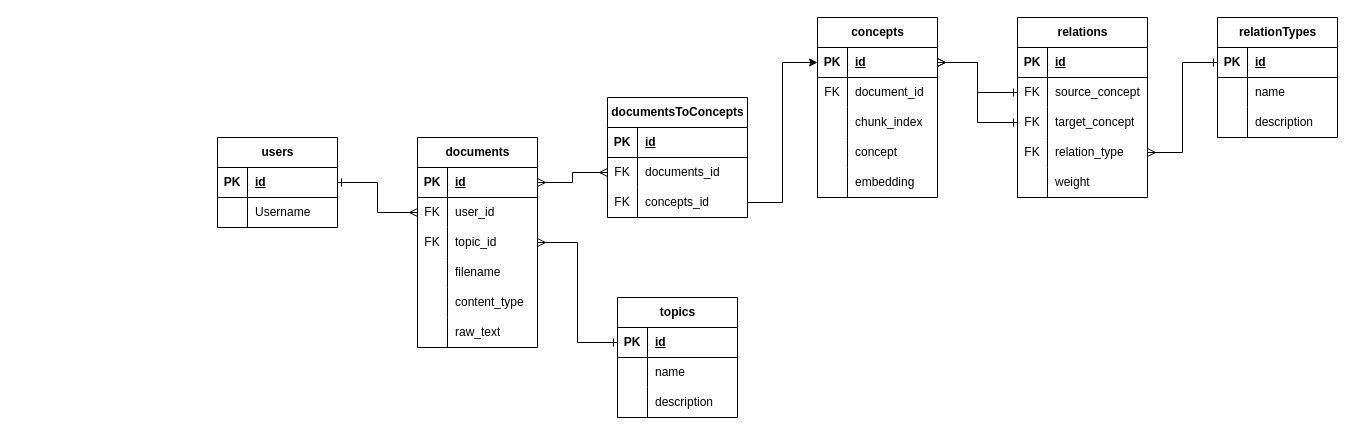
gerardlke/Project-Onion keeps this draw.io diagram as misc/Database Diagram.drawio. Above is the earlier version. Source tidied: cells renumbered, new cells numbered last; positions are measured from the earlier drawing's top-left corner, leaving out a move shared by most shapes. Both pictures are drawn from the tidied source at 100%, with x=0, y=0 at pixel (217, 17).
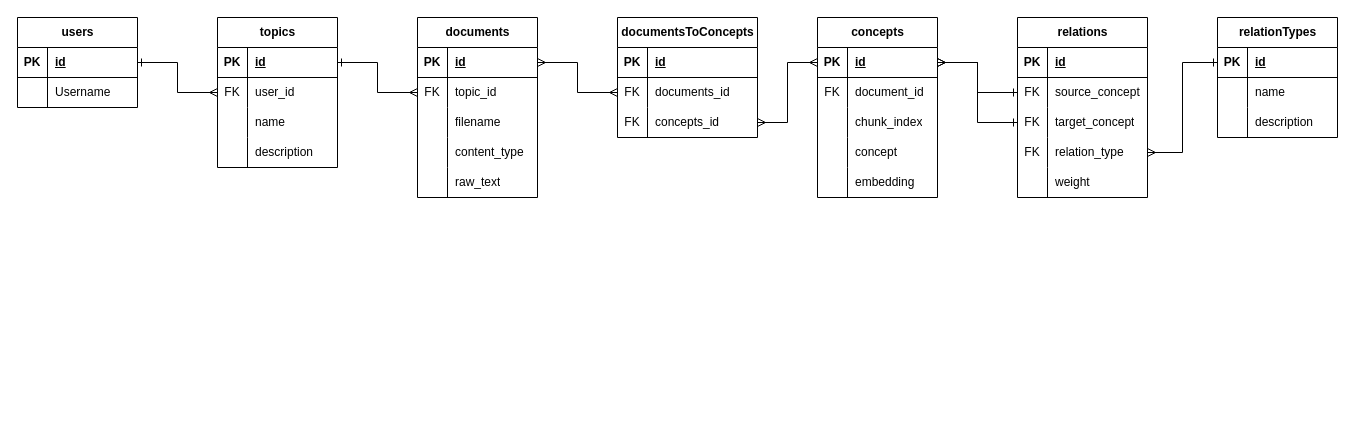
The same diagram, later.

Commit message (it also covers changes not shown here):
updated Topics table in schema + updated upload route to support new schema structure

The change refers to these unchanged cells:
```xml
<mxCell id="3" style="shape=tableRow;horizontal=0;startSize=0;swimlaneHead=0;swimlaneBody=0;fillColor=none;points=[[0,0.5],[1,0.5]];portConstraint=eastwest;top=0;left=0;right=0;bottom=1;" parent="2" vertex="1">
  <mxGeometry y="30" width="120" height="30" as="geometry" />
</mxCell>
<mxCell id="30" style="shape=tableRow;horizontal=0;startSize=0;swimlaneHead=0;swimlaneBody=0;fillColor=none;points=[[0,0.5],[1,0.5]];portConstraint=eastwest;top=0;left=0;right=0;bottom=1;" parent="29" vertex="1">
  <mxGeometry y="30" width="120" height="30" as="geometry" />
</mxCell>
<mxCell id="77" style="shape=tableRow;horizontal=0;startSize=0;swimlaneHead=0;swimlaneBody=0;fillColor=none;points=[[0,0.5],[1,0.5]];portConstraint=eastwest;top=0;left=0;right=0;bottom=1;" parent="76" vertex="1">
  <mxGeometry y="30" width="120" height="30" as="geometry" />
</mxCell>
<mxCell id="80" style="shape=tableRow;horizontal=0;startSize=0;swimlaneHead=0;swimlaneBody=0;fillColor=none;points=[[0,0.5],[1,0.5]];portConstraint=eastwest;top=0;left=0;right=0;bottom=0;" parent="76" vertex="1">
  <mxGeometry y="60" width="120" height="30" as="geometry" />
</mxCell>
<mxCell id="93" style="shape=tableRow;horizontal=0;startSize=0;swimlaneHead=0;swimlaneBody=0;fillColor=none;points=[[0,0.5],[1,0.5]];portConstraint=eastwest;top=0;left=0;right=0;bottom=0;" parent="86" vertex="1">
  <mxGeometry y="90" width="140" height="30" as="geometry" />
</mxCell>
```

Change to the diagram source:
```diff
@@
     <mxCell id="2" value="users" style="shape=table;startSize=30;childLayout=tableLayout;rowLines=0;fontStyle=1;align=center;html=1;" parent="1" vertex="1">
-      <mxGeometry y="120" width="120" height="90" as="geometry" />
+      <mxGeometry x="-200" width="120" height="90" as="geometry" />
     </mxCell>
@@
-    <mxCell id="9" style="edgeStyle=orthogonalEdgeStyle;rounded=0;jettySize=auto;html=1;exitX=1;exitY=0.5;exitDx=0;exitDy=0;entryX=0;entryY=0.5;entryDx=0;entryDy=0;startArrow=ERmany;startFill=0;endArrow=ERone;endFill=0;" parent="1" edge="1" source="10" target="77">
-      <mxGeometry relative="1" as="geometry" />
-    </mxCell>
     <mxCell id="10" value="documents" style="shape=table;startSize=30;childLayout=tableLayout;rowLines=0;fontStyle=1;align=center;html=1;" parent="1" vertex="1">
-      <mxGeometry x="200" y="120" width="120" height="210" as="geometry" />
+      <mxGeometry x="200" width="120" height="180" as="geometry" />
     </mxCell>
@@
-    <mxCell id="14" style="shape=tableRow;horizontal=0;startSize=0;swimlaneHead=0;swimlaneBody=0;fillColor=none;points=[[0,0.5],[1,0.5]];portConstraint=eastwest;top=0;left=0;right=0;bottom=0;" parent="10" vertex="1">
-      <mxGeometry y="60" width="120" height="30" as="geometry" />
-    </mxCell>
-    <mxCell id="15" value="FK" style="shape=partialRectangle;fillColor=none;top=0;left=0;bottom=0;right=0;overflow=hidden;whiteSpace=wrap;html=1;" parent="14" vertex="1">
-      <mxGeometry width="30" height="30" as="geometry" />
-    </mxCell>
-    <mxCell id="16" value="user_id" style="shape=partialRectangle;fillColor=none;top=0;left=0;bottom=0;right=0;align=left;spacingLeft=6;overflow=hidden;whiteSpace=wrap;html=1;" parent="14" vertex="1">
-      <mxGeometry x="30" width="90" height="30" as="geometry" />
-    </mxCell>
     <mxCell id="17" style="shape=tableRow;horizontal=0;startSize=0;swimlaneHead=0;swimlaneBody=0;fillColor=none;points=[[0,0.5],[1,0.5]];portConstraint=eastwest;top=0;left=0;right=0;bottom=0;" parent="10" vertex="1">
-      <mxGeometry y="90" width="120" height="30" as="geometry" />
+      <mxGeometry y="60" width="120" height="30" as="geometry" />
     </mxCell>
@@
     <mxCell id="20" style="shape=tableRow;horizontal=0;startSize=0;swimlaneHead=0;swimlaneBody=0;fillColor=none;top=0;left=0;right=0;bottom=0;" parent="10" vertex="1">
-      <mxGeometry y="120" width="120" height="30" as="geometry" />
+      <mxGeometry y="90" width="120" height="30" as="geometry" />
     </mxCell>
@@
     <mxCell id="23" style="shape=tableRow;horizontal=0;startSize=0;swimlaneHead=0;swimlaneBody=0;fillColor=none;top=0;left=0;right=0;bottom=0;" parent="10" vertex="1">
-      <mxGeometry y="150" width="120" height="30" as="geometry" />
+      <mxGeometry y="120" width="120" height="30" as="geometry" />
     </mxCell>
@@
     <mxCell id="26" style="shape=tableRow;horizontal=0;startSize=0;swimlaneHead=0;swimlaneBody=0;fillColor=none;top=0;left=0;right=0;bottom=0;" parent="10" vertex="1">
-      <mxGeometry y="180" width="120" height="30" as="geometry" />
+      <mxGeometry y="150" width="120" height="30" as="geometry" />
     </mxCell>
@@
-    <mxCell id="45" style="edgeStyle=orthogonalEdgeStyle;rounded=0;jettySize=auto;html=1;exitX=1;exitY=0.5;exitDx=0;exitDy=0;entryX=0;entryY=0.5;entryDx=0;entryDy=0;startArrow=ERone;startFill=0;endArrow=ERmany;endFill=0;" parent="1" edge="1" source="3" target="14">
+    <mxCell id="45" style="edgeStyle=orthogonalEdgeStyle;rounded=0;jettySize=auto;html=1;exitX=1;exitY=0.5;exitDx=0;exitDy=0;entryX=0;entryY=0.5;entryDx=0;entryDy=0;startArrow=ERone;startFill=0;endArrow=ERmany;endFill=0;" parent="1" edge="1" source="3" target="80">
       <mxGeometry relative="1" as="geometry" />
     </mxCell>
@@
     <mxCell id="76" value="topics" style="shape=table;startSize=30;childLayout=tableLayout;rowLines=0;fontStyle=1;align=center;html=1;" parent="1" vertex="1">
-      <mxGeometry x="400" y="280" width="120" height="120" as="geometry" />
+      <mxGeometry width="120" height="150" as="geometry" />
     </mxCell>
@@
-    <mxCell id="81" style="shape=partialRectangle;fillColor=none;top=0;left=0;bottom=0;right=0;overflow=hidden;whiteSpace=wrap;html=1;" parent="80" vertex="1">
+    <mxCell id="81" value="FK" style="shape=partialRectangle;fillColor=none;top=0;left=0;bottom=0;right=0;overflow=hidden;whiteSpace=wrap;html=1;" parent="80" vertex="1">
       <mxGeometry width="30" height="30" as="geometry" />
     </mxCell>
-    <mxCell id="82" value="name" style="shape=partialRectangle;fillColor=none;top=0;left=0;bottom=0;right=0;align=left;spacingLeft=6;overflow=hidden;whiteSpace=wrap;html=1;" parent="80" vertex="1">
+    <mxCell id="82" value="user_id" style="shape=partialRectangle;fillColor=none;top=0;left=0;bottom=0;right=0;align=left;spacingLeft=6;overflow=hidden;whiteSpace=wrap;html=1;" parent="80" vertex="1">
       <mxGeometry x="30" width="90" height="30" as="geometry" />
     </mxCell>
+    <mxCell id="97" style="shape=tableRow;horizontal=0;startSize=0;swimlaneHead=0;swimlaneBody=0;fillColor=none;top=0;left=0;right=0;bottom=0;" parent="76" vertex="1">
+      <mxGeometry y="90" width="120" height="30" as="geometry" />
+    </mxCell>
+    <mxCell id="98" style="shape=partialRectangle;fillColor=none;top=0;left=0;bottom=0;right=0;overflow=hidden;whiteSpace=wrap;html=1;" parent="97" vertex="1">
+      <mxGeometry width="30" height="30" as="geometry" />
+    </mxCell>
+    <mxCell id="99" value="name" style="shape=partialRectangle;fillColor=none;top=0;left=0;bottom=0;right=0;align=left;spacingLeft=6;overflow=hidden;whiteSpace=wrap;html=1;" parent="97" vertex="1">
+      <mxGeometry x="30" width="90" height="30" as="geometry" />
+    </mxCell>
     <mxCell id="83" style="shape=tableRow;horizontal=0;startSize=0;swimlaneHead=0;swimlaneBody=0;fillColor=none;top=0;left=0;right=0;bottom=0;" parent="76" vertex="1">
-      <mxGeometry y="90" width="120" height="30" as="geometry" />
+      <mxGeometry y="120" width="120" height="30" as="geometry" />
     </mxCell>
@@
     <mxCell id="86" value="documentsToConcepts" style="shape=table;startSize=30;childLayout=tableLayout;rowLines=0;fontStyle=1;align=center;html=1;" parent="1" vertex="1">
-      <mxGeometry x="390" y="80" width="140" height="120" as="geometry" />
+      <mxGeometry x="400" width="140" height="120" as="geometry" />
     </mxCell>
@@
-    <mxCell id="96" style="edgeStyle=orthogonalEdgeStyle;rounded=0;jettySize=auto;html=1;exitX=1;exitY=0.5;exitDx=0;exitDy=0;entryX=0;entryY=0.5;entryDx=0;entryDy=0;" parent="1" edge="1" source="93" target="30">
+    <mxCell id="96" style="edgeStyle=orthogonalEdgeStyle;rounded=0;jettySize=auto;html=1;exitX=1;exitY=0.5;exitDx=0;exitDy=0;entryX=0;entryY=0.5;entryDx=0;entryDy=0;startArrow=ERmany;startFill=0;endArrow=ERmany;endFill=0;" parent="1" edge="1" source="93" target="30">
       <mxGeometry relative="1" as="geometry" />
     </mxCell>
+    <mxCell id="100" style="edgeStyle=orthogonalEdgeStyle;rounded=0;jettySize=auto;html=1;exitX=1;exitY=0.5;exitDx=0;exitDy=0;entryX=0;entryY=0.5;entryDx=0;entryDy=0;startArrow=ERone;startFill=0;endArrow=ERmany;endFill=0;" parent="1" edge="1" source="77" target="17">
+      <mxGeometry relative="1" as="geometry" />
+    </mxCell>
```
